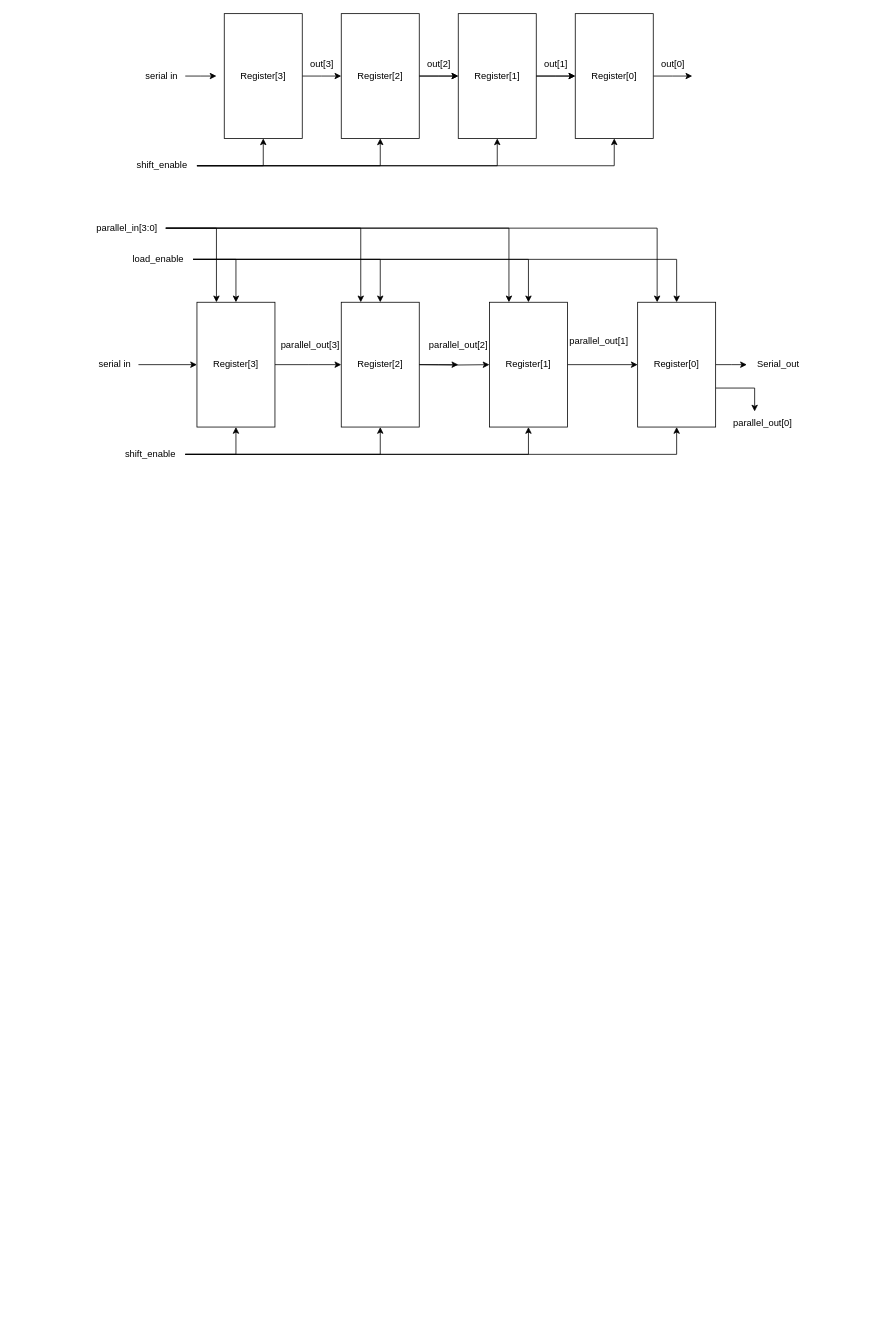
The draw.io diagram lab4-register.drawio in Charvles/ECE337, before the edit. Source tidied: cells renumbered, new cells numbered last; positions are measured from the earlier drawing's top-left corner, leaving out a move shared by most shapes. Both pictures are drawn from the tidied source at 78%, with x=0, y=0 at pixel (87, 13).
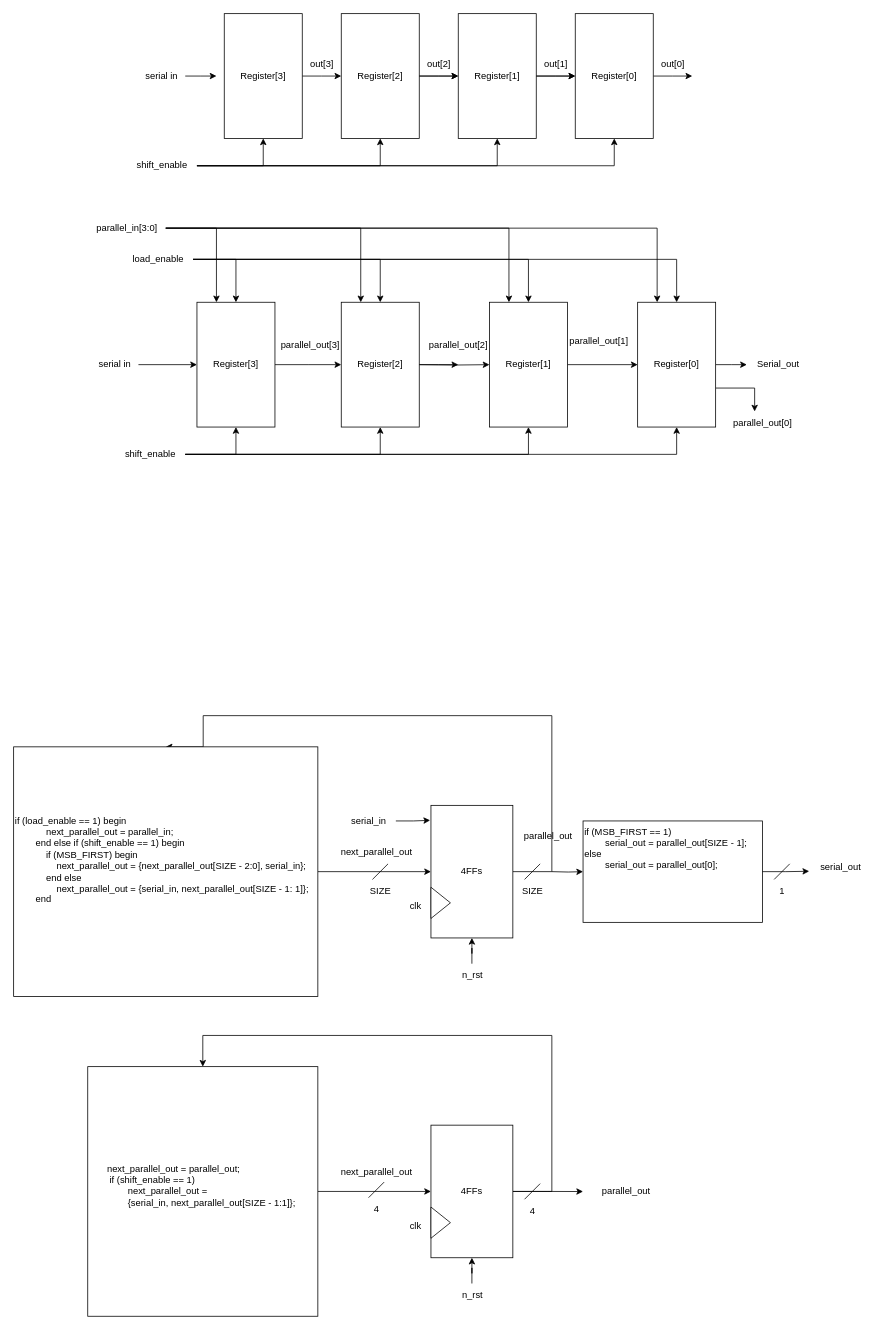
Above is the later version.

Change to the diagram source:
```diff
@@
+    <mxCell id="55" style="edgeStyle=orthogonalEdgeStyle;rounded=0;jettySize=auto;html=1;exitX=1;exitY=0.5;exitDx=0;exitDy=0;entryX=0.5;entryY=0;entryDx=0;entryDy=0;" parent="1" edge="1" source="57" target="64">
+      <mxGeometry relative="1" as="geometry">
+        <Array as="points">
+          <mxPoint x="595" y="1100" />
+          <mxPoint x="595" y="900" />
+          <mxPoint x="148" y="900" />
+        </Array>
+      </mxGeometry>
+    </mxCell>
+    <mxCell id="56" style="edgeStyle=orthogonalEdgeStyle;rounded=0;jettySize=auto;html=1;entryX=0;entryY=0.5;entryDx=0;entryDy=0;" parent="1" edge="1" target="67">
+      <mxGeometry relative="1" as="geometry">
+        <mxPoint x="595" y="1100" as="sourcePoint" />
+      </mxGeometry>
+    </mxCell>
+    <mxCell id="57" value="4FFs" style="rounded=0;whiteSpace=wrap;html=1;" parent="1" vertex="1">
+      <mxGeometry x="440" y="1015" width="105" height="170" as="geometry" />
+    </mxCell>
+    <mxCell id="58" style="triangle;whiteSpace=wrap;html=1;" parent="1" vertex="1">
+      <mxGeometry x="440" y="1120" width="25" height="40" as="geometry" />
+    </mxCell>
+    <mxCell id="59" style="edgeStyle=orthogonalEdgeStyle;rounded=0;jettySize=auto;html=1;entryX=0.5;entryY=1;entryDx=0;entryDy=0;" parent="1" edge="1" source="60" target="57">
+      <mxGeometry relative="1" as="geometry" />
+    </mxCell>
+    <mxCell id="60" value="&lt;div&gt;n_rst&lt;/div&gt;" style="text;html=1;align=center;verticalAlign=middle;points=[];strokeColor=none;fillColor=none;" parent="1" vertex="1">
+      <mxGeometry x="467.5" y="1218" width="50" height="30" as="geometry" />
+    </mxCell>
+    <mxCell id="61" value="clk" style="text;html=1;align=center;verticalAlign=middle;strokeColor=none;fillColor=none;" parent="1" vertex="1">
+      <mxGeometry x="400" y="1130" width="40" height="30" as="geometry" />
+    </mxCell>
+    <mxCell id="62" value="serial_out" style="text;html=1;align=center;verticalAlign=middle;points=[];strokeColor=none;fillColor=none;" parent="1" vertex="1">
+      <mxGeometry x="925" y="1080" width="80" height="30" as="geometry" />
+    </mxCell>
+    <mxCell id="63" style="edgeStyle=orthogonalEdgeStyle;rounded=0;jettySize=auto;html=1;entryX=0;entryY=0.5;entryDx=0;entryDy=0;" parent="1" edge="1" source="64" target="57">
+      <mxGeometry relative="1" as="geometry" />
+    </mxCell>
+    <mxCell id="64" value="&lt;div align=&quot;left&quot;&gt;if (load_enable == 1) begin&lt;br&gt;&amp;nbsp;&amp;nbsp;&amp;nbsp;&amp;nbsp;&amp;nbsp;&amp;nbsp;&amp;nbsp;&amp;nbsp;&amp;nbsp;&amp;nbsp;&amp;nbsp; next_parallel_out = parallel_in;&lt;br&gt;&amp;nbsp;&amp;nbsp;&amp;nbsp;&amp;nbsp;&amp;nbsp;&amp;nbsp;&amp;nbsp; end else if (shift_enable == 1) begin&lt;br&gt;&amp;nbsp;&amp;nbsp;&amp;nbsp;&amp;nbsp;&amp;nbsp;&amp;nbsp;&amp;nbsp;&amp;nbsp;&amp;nbsp;&amp;nbsp;&amp;nbsp; if (MSB_FIRST) begin&lt;br&gt;&amp;nbsp;&amp;nbsp;&amp;nbsp;&amp;nbsp;&amp;nbsp;&amp;nbsp;&amp;nbsp;&amp;nbsp;&amp;nbsp;&amp;nbsp;&amp;nbsp;&amp;nbsp;&amp;nbsp;&amp;nbsp;&amp;nbsp; next_parallel_out = {next_parallel_out[SIZE - 2:0], serial_in};&lt;br&gt;&amp;nbsp;&amp;nbsp;&amp;nbsp;&amp;nbsp;&amp;nbsp;&amp;nbsp;&amp;nbsp;&amp;nbsp;&amp;nbsp;&amp;nbsp;&amp;nbsp; end else&lt;br&gt;&amp;nbsp;&amp;nbsp;&amp;nbsp;&amp;nbsp;&amp;nbsp;&amp;nbsp;&amp;nbsp;&amp;nbsp;&amp;nbsp;&amp;nbsp;&amp;nbsp;&amp;nbsp;&amp;nbsp;&amp;nbsp;&amp;nbsp; next_parallel_out = {serial_in, next_parallel_out[SIZE - 1: 1]};&lt;br&gt;&amp;nbsp;&amp;nbsp;&amp;nbsp;&amp;nbsp;&amp;nbsp;&amp;nbsp;&amp;nbsp; end&lt;br&gt;&lt;/div&gt;&lt;div align=&quot;left&quot;&gt;&lt;br&gt;&lt;/div&gt;&lt;div align=&quot;left&quot;&gt;&lt;br&gt;&lt;/div&gt;" style="rounded=0;whiteSpace=wrap;html=1;align=left;" parent="1" vertex="1">
+      <mxGeometry x="-95" y="940" width="390" height="320" as="geometry" />
+    </mxCell>
+    <mxCell id="65" value="next_parallel_out" style="text;html=1;align=center;verticalAlign=middle;strokeColor=none;fillColor=none;" parent="1" vertex="1">
+      <mxGeometry x="315" y="1060" width="110" height="30" as="geometry" />
+    </mxCell>
+    <mxCell id="66" value="parallel_out" style="text;html=1;align=center;verticalAlign=middle;strokeColor=none;fillColor=none;" parent="1" vertex="1">
+      <mxGeometry x="545" y="1040" width="90" height="30" as="geometry" />
+    </mxCell>
+    <mxCell id="67" value="&lt;div&gt;if (MSB_FIRST == 1)&lt;/div&gt;&lt;div&gt;&lt;span style=&quot;white-space: pre;&quot;&gt;&#9;&lt;/span&gt;serial_out = parallel_out[SIZE - 1];&lt;/div&gt;&lt;div&gt;else&lt;/div&gt;&lt;div&gt;&lt;span style=&quot;white-space: pre;&quot;&gt;&#9;&lt;/span&gt;serial_out = parallel_out[0];&lt;/div&gt;" style="rounded=0;whiteSpace=wrap;html=1;align=left;verticalAlign=top;" parent="1" vertex="1">
+      <mxGeometry x="635" y="1035" width="230" height="130" as="geometry" />
+    </mxCell>
+    <mxCell id="68" style="edgeStyle=orthogonalEdgeStyle;rounded=0;jettySize=auto;html=1;entryX=-0.001;entryY=0.65;entryDx=0;entryDy=0;entryPerimeter=0;" parent="1" edge="1" source="67" target="62">
+      <mxGeometry relative="1" as="geometry" />
+    </mxCell>
+    <mxCell id="69" style="edgeStyle=orthogonalEdgeStyle;rounded=0;jettySize=auto;html=1;exitX=1;exitY=0.5;exitDx=0;exitDy=0;entryX=0.5;entryY=0;entryDx=0;entryDy=0;" parent="1" edge="1" source="71" target="77">
+      <mxGeometry relative="1" as="geometry">
+        <Array as="points">
+          <mxPoint x="595" y="1510" />
+          <mxPoint x="595" y="1310" />
+          <mxPoint x="148" y="1310" />
+        </Array>
+      </mxGeometry>
+    </mxCell>
+    <mxCell id="70" style="edgeStyle=orthogonalEdgeStyle;rounded=0;jettySize=auto;html=1;entryX=0;entryY=0.5;entryDx=0;entryDy=0;" parent="1" edge="1" source="71">
+      <mxGeometry relative="1" as="geometry">
+        <mxPoint x="635" y="1510.1" as="targetPoint" />
+      </mxGeometry>
+    </mxCell>
+    <mxCell id="71" value="4FFs" style="rounded=0;whiteSpace=wrap;html=1;" parent="1" vertex="1">
+      <mxGeometry x="440" y="1425" width="105" height="170" as="geometry" />
+    </mxCell>
+    <mxCell id="72" style="triangle;whiteSpace=wrap;html=1;" parent="1" vertex="1">
+      <mxGeometry x="440" y="1530" width="25" height="40" as="geometry" />
+    </mxCell>
+    <mxCell id="73" style="edgeStyle=orthogonalEdgeStyle;rounded=0;jettySize=auto;html=1;entryX=0.5;entryY=1;entryDx=0;entryDy=0;" parent="1" edge="1" source="74" target="71">
+      <mxGeometry relative="1" as="geometry" />
+    </mxCell>
+    <mxCell id="74" value="&lt;div&gt;n_rst&lt;/div&gt;" style="text;html=1;align=center;verticalAlign=middle;points=[];strokeColor=none;fillColor=none;" parent="1" vertex="1">
+      <mxGeometry x="467.5" y="1628" width="50" height="30" as="geometry" />
+    </mxCell>
+    <mxCell id="75" value="clk" style="text;html=1;align=center;verticalAlign=middle;strokeColor=none;fillColor=none;" parent="1" vertex="1">
+      <mxGeometry x="400" y="1540" width="40" height="30" as="geometry" />
+    </mxCell>
+    <mxCell id="76" style="edgeStyle=orthogonalEdgeStyle;rounded=0;jettySize=auto;html=1;entryX=0;entryY=0.5;entryDx=0;entryDy=0;" parent="1" edge="1" source="77" target="71">
+      <mxGeometry relative="1" as="geometry" />
+    </mxCell>
+    <mxCell id="77" value="&lt;div align=&quot;left&quot;&gt;next_parallel_out = parallel_out;&lt;/div&gt;&lt;div align=&quot;left&quot;&gt;&lt;span style=&quot;white-space: pre;&quot;&gt; if (shift_enable == 1)&lt;/span&gt;&lt;/div&gt;&lt;div align=&quot;left&quot;&gt;&lt;span style=&quot;white-space: pre;&quot;&gt;&lt;span style=&quot;white-space: pre;&quot;&gt;&#9;&lt;/span&gt;next_parallel_out = &lt;/span&gt;&lt;/div&gt;&lt;div align=&quot;left&quot;&gt;&lt;span style=&quot;white-space: pre;&quot;&gt;&lt;span style=&quot;white-space: pre;&quot;&gt;&#9;&lt;/span&gt;{serial_in, next_parallel_out[SIZE - 1:1]}; &lt;/span&gt;&lt;/div&gt;&lt;div&gt;&lt;br&gt;&lt;/div&gt;" style="rounded=0;whiteSpace=wrap;html=1;" parent="1" vertex="1">
+      <mxGeometry y="1350" width="295" height="320" as="geometry" />
+    </mxCell>
+    <mxCell id="78" value="next_parallel_out" style="text;html=1;align=center;verticalAlign=middle;strokeColor=none;fillColor=none;" parent="1" vertex="1">
+      <mxGeometry x="315" y="1470" width="110" height="30" as="geometry" />
+    </mxCell>
+    <mxCell id="79" value="parallel_out" style="text;html=1;align=center;verticalAlign=middle;strokeColor=none;fillColor=none;" parent="1" vertex="1">
+      <mxGeometry x="645" y="1495" width="90" height="30" as="geometry" />
+    </mxCell>
+    <mxCell id="80" value="serial_in" style="text;html=1;align=center;verticalAlign=middle;points=[];strokeColor=none;fillColor=none;" parent="1" vertex="1">
+      <mxGeometry x="325" y="1020" width="70" height="30" as="geometry" />
+    </mxCell>
+    <mxCell id="81" style="endArrow=none;html=1;rounded=0;" parent="1" edge="1">
+      <mxGeometry relative="1" as="geometry">
+        <mxPoint x="365" y="1110" as="sourcePoint" />
+        <mxPoint x="385" y="1090" as="targetPoint" />
+      </mxGeometry>
+    </mxCell>
+    <mxCell id="82" style="edgeStyle=orthogonalEdgeStyle;rounded=0;jettySize=auto;html=1;entryX=-0.01;entryY=0.113;entryDx=0;entryDy=0;entryPerimeter=0;" parent="1" edge="1" source="80" target="57">
+      <mxGeometry relative="1" as="geometry" />
+    </mxCell>
+    <mxCell id="83" value="SIZE" style="text;html=1;align=center;verticalAlign=middle;strokeColor=none;fillColor=none;" parent="1" vertex="1">
+      <mxGeometry x="350" y="1110" width="50" height="30" as="geometry" />
+    </mxCell>
+    <mxCell id="84" style="endArrow=none;html=1;rounded=0;" parent="1" edge="1">
+      <mxGeometry relative="1" as="geometry">
+        <mxPoint x="560" y="1110" as="sourcePoint" />
+        <mxPoint x="580" y="1090" as="targetPoint" />
+      </mxGeometry>
+    </mxCell>
+    <mxCell id="85" value="1" style="text;html=1;align=center;verticalAlign=middle;strokeColor=none;fillColor=none;" parent="1" vertex="1">
+      <mxGeometry x="875" y="1110" width="30" height="30" as="geometry" />
+    </mxCell>
+    <mxCell id="86" style="endArrow=none;html=1;rounded=0;" parent="1" edge="1">
+      <mxGeometry relative="1" as="geometry">
+        <mxPoint x="880" y="1110" as="sourcePoint" />
+        <mxPoint x="900" y="1090" as="targetPoint" />
+      </mxGeometry>
+    </mxCell>
+    <mxCell id="87" value="SIZE" style="text;html=1;align=center;verticalAlign=middle;strokeColor=none;fillColor=none;" parent="1" vertex="1">
+      <mxGeometry x="545" y="1110" width="50" height="30" as="geometry" />
+    </mxCell>
+    <mxCell id="88" value="4" style="text;html=1;align=center;verticalAlign=middle;strokeColor=none;fillColor=none;" parent="1" vertex="1">
+      <mxGeometry x="355" y="1518" width="30" height="30" as="geometry" />
+    </mxCell>
+    <mxCell id="89" style="endArrow=none;html=1;rounded=0;" parent="1" edge="1">
+      <mxGeometry relative="1" as="geometry">
+        <mxPoint x="360" y="1518" as="sourcePoint" />
+        <mxPoint x="380" y="1498" as="targetPoint" />
+      </mxGeometry>
+    </mxCell>
+    <mxCell id="90" value="4" style="text;html=1;align=center;verticalAlign=middle;strokeColor=none;fillColor=none;" parent="1" vertex="1">
+      <mxGeometry x="555" y="1520" width="30" height="30" as="geometry" />
+    </mxCell>
+    <mxCell id="91" style="endArrow=none;html=1;rounded=0;" parent="1" edge="1">
+      <mxGeometry relative="1" as="geometry">
+        <mxPoint x="560" y="1520" as="sourcePoint" />
+        <mxPoint x="580" y="1500" as="targetPoint" />
+      </mxGeometry>
+    </mxCell>
```
